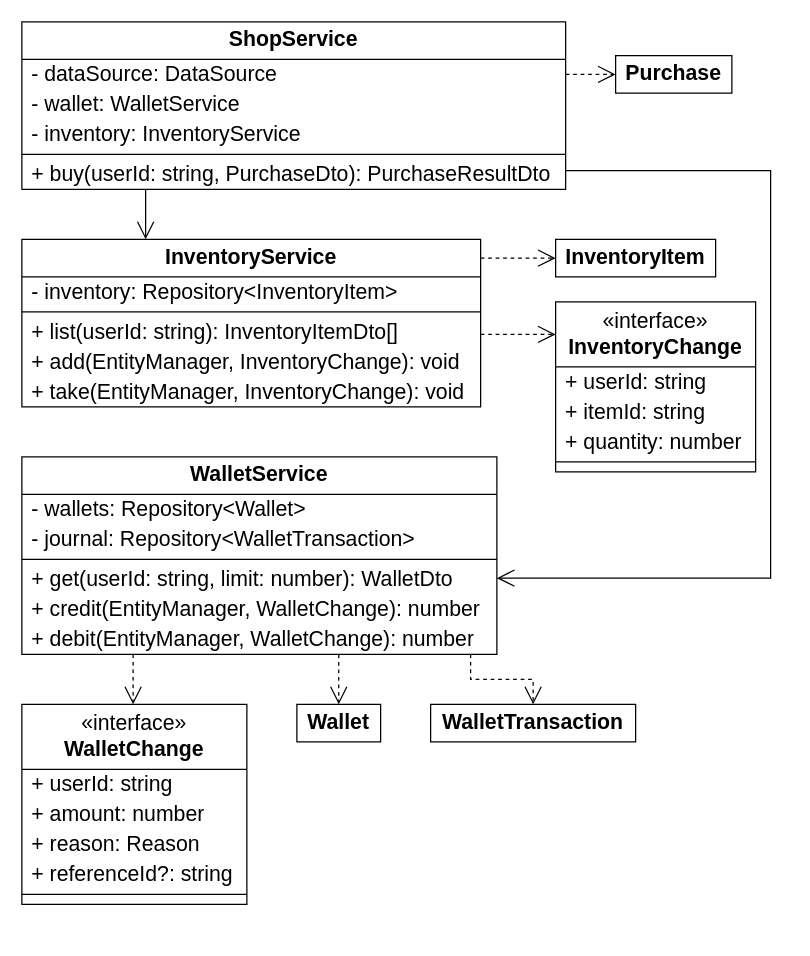
Shaherezada/tamagotchi keeps this draw.io diagram as page "Классы: care-service – магазин, кошелёк, инвентарь: сервисы" (14 of 21) of docs/diagrams/Классы подробно.drawio. Above is the earlier version. Source tidied: cells renumbered, new cells numbered last; positions are measured from the earlier drawing's top-left corner, leaving out a move shared by most shapes. Both pictures are drawn from the tidied source at 125%, with x=0, y=0 at pixel (21, 21).
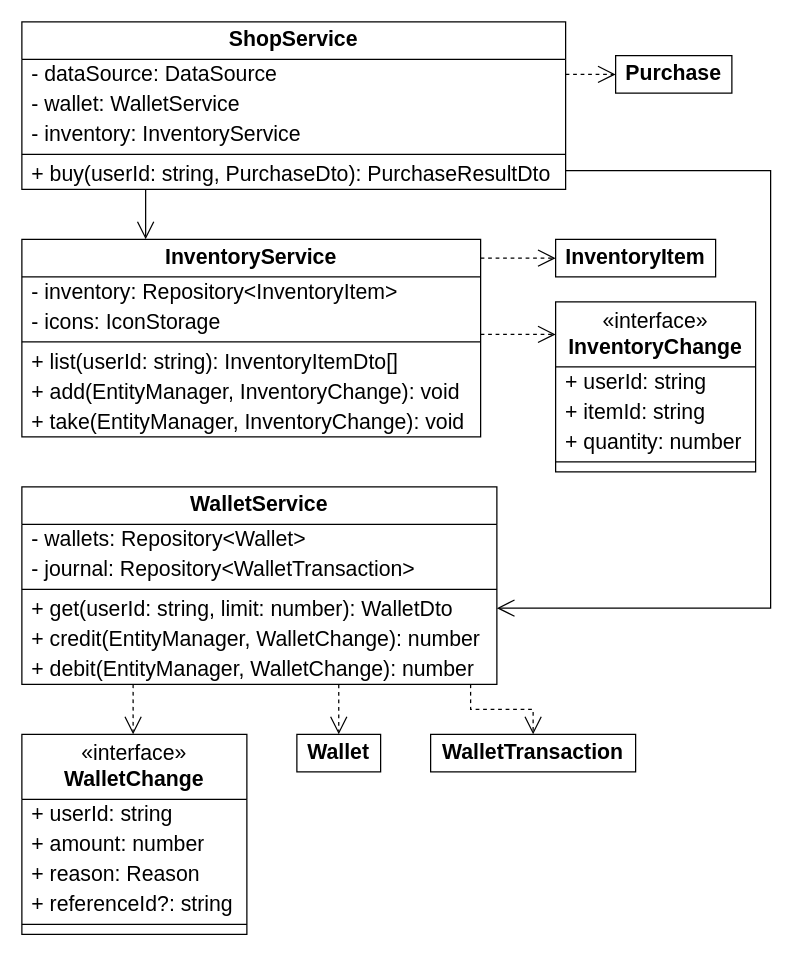
Above is the later version.

The change refers to these unchanged cells:
```xml
<mxCell id="2" value="ShopService" style="swimlane;fontStyle=1;align=center;verticalAlign=middle;horizontal=1;startSize=30;whiteSpace=wrap;html=1;fillColor=#FFFFFF;swimlaneFillColor=#FFFFFF;strokeColor=#000000;fontColor=#000000;fontFamily=Arial;fontSize=17;" parent="1" vertex="1">
  <mxGeometry width="435" height="134" as="geometry" />
</mxCell>
<mxCell id="17" value="&lt;b&gt;InventoryItem&lt;/b&gt;" style="rounded=0;whiteSpace=wrap;html=1;fillColor=#FFFFFF;fontStyle=0;strokeColor=#000000;fontColor=#000000;fontFamily=Arial;fontSize=17;" parent="1" vertex="1">
  <mxGeometry x="427" y="174" width="128" height="30" as="geometry" />
</mxCell>
<mxCell id="19" value="&amp;laquo;interface&amp;raquo;&lt;br&gt;&lt;b&gt;InventoryChange&lt;/b&gt;" style="swimlane;fontStyle=0;align=center;verticalAlign=middle;horizontal=1;startSize=52;whiteSpace=wrap;html=1;fillColor=#FFFFFF;swimlaneFillColor=#FFFFFF;strokeColor=#000000;fontColor=#000000;fontFamily=Arial;fontSize=17;" parent="1" vertex="1">
  <mxGeometry x="427" y="224" width="160" height="136" as="geometry" />
</mxCell>
```

Diff of the diagram source:
```diff
@@
     <mxCell id="10" value="InventoryService" style="swimlane;fontStyle=1;align=center;verticalAlign=middle;horizontal=1;startSize=30;whiteSpace=wrap;html=1;fillColor=#FFFFFF;swimlaneFillColor=#FFFFFF;strokeColor=#000000;fontColor=#000000;fontFamily=Arial;fontSize=17;" parent="1" vertex="1">
-      <mxGeometry y="174" width="367" height="134" as="geometry" />
+      <mxGeometry y="174" width="367" height="158" as="geometry" />
     </mxCell>
@@
+    <mxCell id="46" value="- icons: IconStorage" style="text;strokeColor=none;fillColor=none;align=left;verticalAlign=middle;spacingLeft=6;spacingRight=4;overflow=hidden;whiteSpace=wrap;html=1;fontColor=#000000;fontFamily=Arial;fontSize=17;" parent="10" vertex="1">
+      <mxGeometry y="54" width="367" height="24" as="geometry" />
+    </mxCell>
     <mxCell id="12" style="line;strokeWidth=1;fillColor=none;align=left;verticalAlign=middle;spacingTop=-1;spacingLeft=3;spacingRight=3;labelPosition=right;strokeColor=#000000;" parent="10" vertex="1">
-      <mxGeometry y="54" width="367" height="8" as="geometry" />
+      <mxGeometry y="78" width="367" height="8" as="geometry" />
     </mxCell>
     <mxCell id="13" value="+ list(userId: string): InventoryItemDto[]" style="text;strokeColor=none;fillColor=none;align=left;verticalAlign=middle;spacingLeft=6;spacingRight=4;overflow=hidden;whiteSpace=wrap;html=1;fontColor=#000000;fontFamily=Arial;fontSize=17;" parent="10" vertex="1">
-      <mxGeometry y="62" width="367" height="24" as="geometry" />
+      <mxGeometry y="86" width="367" height="24" as="geometry" />
     </mxCell>
     <mxCell id="14" value="+ add(EntityManager, InventoryChange): void" style="text;strokeColor=none;fillColor=none;align=left;verticalAlign=middle;spacingLeft=6;spacingRight=4;overflow=hidden;whiteSpace=wrap;html=1;fontColor=#000000;fontFamily=Arial;fontSize=17;" parent="10" vertex="1">
-      <mxGeometry y="86" width="367" height="24" as="geometry" />
+      <mxGeometry y="110" width="367" height="24" as="geometry" />
     </mxCell>
     <mxCell id="15" value="+ take(EntityManager, InventoryChange): void" style="text;strokeColor=none;fillColor=none;align=left;verticalAlign=middle;spacingLeft=6;spacingRight=4;overflow=hidden;whiteSpace=wrap;html=1;fontColor=#000000;fontFamily=Arial;fontSize=17;" parent="10" vertex="1">
-      <mxGeometry y="110" width="367" height="24" as="geometry" />
+      <mxGeometry y="134" width="367" height="24" as="geometry" />
     </mxCell>
@@
-    <mxCell id="18" style="html=1;rounded=0;edgeStyle=orthogonalEdgeStyle;strokeColor=#000000;fontColor=#000000;fontFamily=Arial;fontSize=17;endArrow=open;endSize=12;dashed=1;exitX=1.0000;exitY=0.1119;exitDx=0;exitDy=0;entryX=0.0000;entryY=0.5000;entryDx=0;entryDy=0;" parent="1" edge="1" source="10" target="17">
+    <mxCell id="18" style="html=1;rounded=0;edgeStyle=orthogonalEdgeStyle;strokeColor=#000000;fontColor=#000000;fontFamily=Arial;fontSize=17;endArrow=open;endSize=12;dashed=1;exitX=1.0000;exitY=0.0949;exitDx=0;exitDy=0;entryX=0.0000;entryY=0.5000;entryDx=0;entryDy=0;" parent="1" edge="1" source="10" target="17">
       <mxGeometry relative="1" as="geometry" />
     </mxCell>
@@
-    <mxCell id="25" style="html=1;rounded=0;edgeStyle=orthogonalEdgeStyle;strokeColor=#000000;fontColor=#000000;fontFamily=Arial;fontSize=17;endArrow=open;endSize=12;dashed=1;exitX=1.0000;exitY=0.5672;exitDx=0;exitDy=0;entryX=0.0000;entryY=0.1912;entryDx=0;entryDy=0;" parent="1" edge="1" source="10" target="19">
+    <mxCell id="25" style="html=1;rounded=0;edgeStyle=orthogonalEdgeStyle;strokeColor=#000000;fontColor=#000000;fontFamily=Arial;fontSize=17;endArrow=open;endSize=12;dashed=1;exitX=1.0000;exitY=0.4810;exitDx=0;exitDy=0;entryX=0.0000;entryY=0.1912;entryDx=0;entryDy=0;" parent="1" edge="1" source="10" target="19">
       <mxGeometry relative="1" as="geometry" />
     </mxCell>
     <mxCell id="26" value="WalletService" style="swimlane;fontStyle=1;align=center;verticalAlign=middle;horizontal=1;startSize=30;whiteSpace=wrap;html=1;fillColor=#FFFFFF;swimlaneFillColor=#FFFFFF;strokeColor=#000000;fontColor=#000000;fontFamily=Arial;fontSize=17;" parent="1" vertex="1">
-      <mxGeometry y="348" width="380" height="158" as="geometry" />
+      <mxGeometry y="372" width="380" height="158" as="geometry" />
     </mxCell>
@@
     <mxCell id="33" style="html=1;rounded=0;edgeStyle=orthogonalEdgeStyle;strokeColor=#000000;fontColor=#000000;fontFamily=Arial;fontSize=17;endArrow=open;endSize=12;exitX=1.0000;exitY=0.8881;exitDx=0;exitDy=0;entryX=1.0000;entryY=0.6139;entryDx=0;entryDy=0;" parent="1" edge="1" source="2" target="26">
       <mxGeometry relative="1" as="geometry">
         <Array as="points">
           <mxPoint x="599" y="119" />
-          <mxPoint x="599" y="445" />
+          <mxPoint x="599" y="469" />
         </Array>
       </mxGeometry>
     </mxCell>
     <mxCell id="34" value="&amp;laquo;interface&amp;raquo;&lt;br&gt;&lt;b&gt;WalletChange&lt;/b&gt;" style="swimlane;fontStyle=0;align=center;verticalAlign=middle;horizontal=1;startSize=52;whiteSpace=wrap;html=1;fillColor=#FFFFFF;swimlaneFillColor=#FFFFFF;strokeColor=#000000;fontColor=#000000;fontFamily=Arial;fontSize=17;" parent="1" vertex="1">
-      <mxGeometry y="546" width="180" height="160" as="geometry" />
+      <mxGeometry y="570" width="180" height="160" as="geometry" />
     </mxCell>
@@
     <mxCell id="42" value="&lt;b&gt;Wallet&lt;/b&gt;" style="rounded=0;whiteSpace=wrap;html=1;fillColor=#FFFFFF;fontStyle=0;strokeColor=#000000;fontColor=#000000;fontFamily=Arial;fontSize=17;" parent="1" vertex="1">
-      <mxGeometry x="220" y="546" width="67" height="30" as="geometry" />
+      <mxGeometry x="220" y="570" width="67" height="30" as="geometry" />
     </mxCell>
@@
     <mxCell id="44" value="&lt;b&gt;WalletTransaction&lt;/b&gt;" style="rounded=0;whiteSpace=wrap;html=1;fillColor=#FFFFFF;fontStyle=0;strokeColor=#000000;fontColor=#000000;fontFamily=Arial;fontSize=17;" parent="1" vertex="1">
-      <mxGeometry x="327" y="546" width="164" height="30" as="geometry" />
+      <mxGeometry x="327" y="570" width="164" height="30" as="geometry" />
     </mxCell>
     <mxCell id="45" style="html=1;rounded=0;edgeStyle=orthogonalEdgeStyle;strokeColor=#000000;fontColor=#000000;fontFamily=Arial;fontSize=17;endArrow=open;endSize=12;dashed=1;exitX=0.9447;exitY=1.0000;exitDx=0;exitDy=0;entryX=0.5000;entryY=0.0000;entryDx=0;entryDy=0;" parent="1" edge="1" source="26" target="44">
       <mxGeometry relative="1" as="geometry">
         <Array as="points">
-          <mxPoint x="359" y="526" />
-          <mxPoint x="409" y="526" />
+          <mxPoint x="359" y="550" />
+          <mxPoint x="409" y="550" />
         </Array>
       </mxGeometry>
     </mxCell>
```
